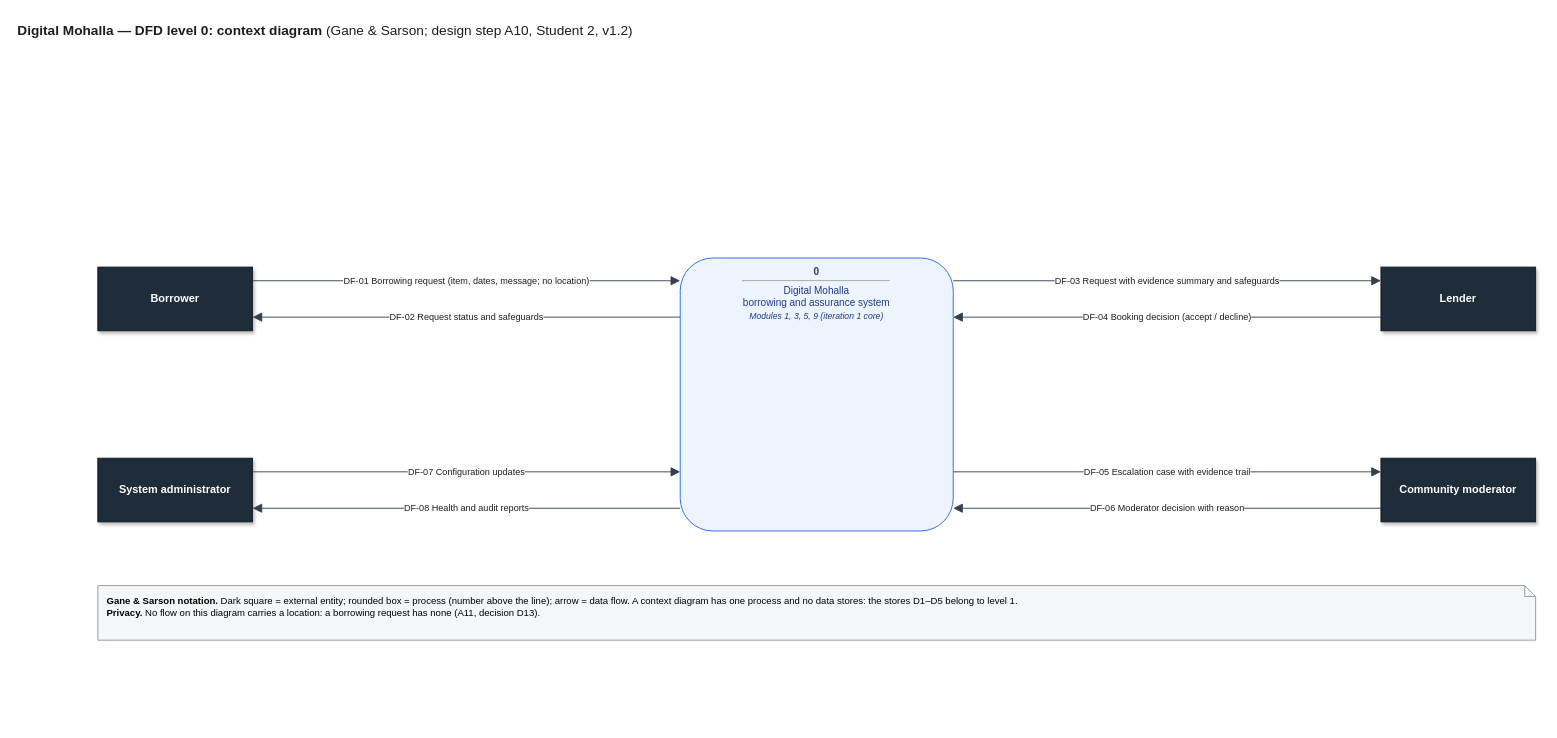
Areeba444/DigitalMohalla keeps this draw.io diagram as page "DFD level 0 (context)" (1 of 2) of docs/design/10_dfd/dfd_assurance_pipeline_level0_level1.drawio. Above is the earlier version. Source tidied: cells renumbered, new cells numbered last; positions are measured from the earlier drawing's top-left corner, leaving out a move shared by most shapes. Both pictures are drawn from the tidied source at 91%, with x=0, y=0 at pixel (15, 15).
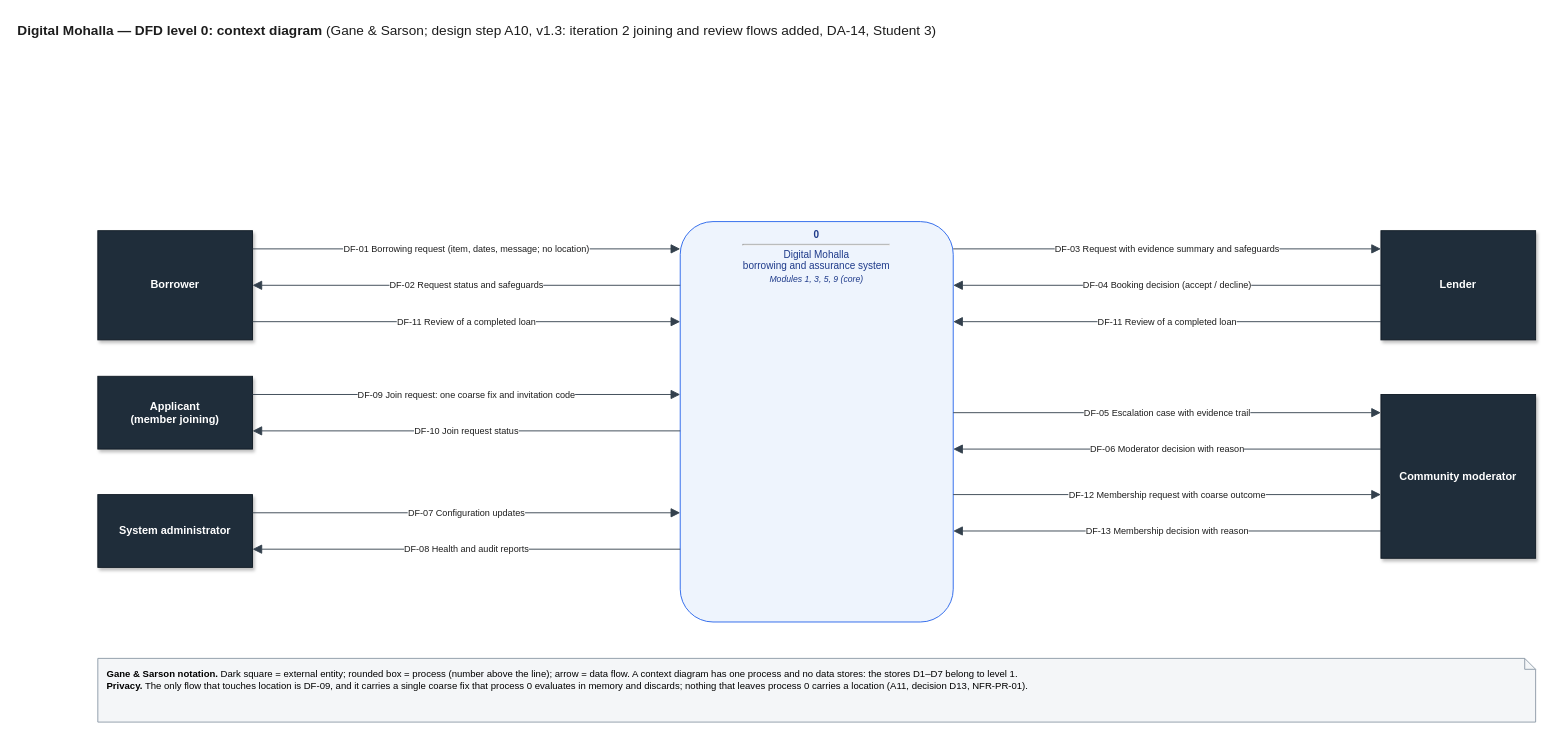
The same page after the edit.

Commit message (it also covers changes not shown here):
design(dfd): v1.3 with joining inside a privacy boundary and reviews into detection (DA-14)

Level 1 adds processes 11.0 to 13.0 and stores D6 and D7; level 0 adds DF-09 to DF-13 and balances level 1 again. Flow catalogue updated.

The edit, as a diff of the source:
```diff
@@
-    <mxCell id="2" value="&lt;b&gt;Digital Mohalla &amp;#8212; DFD level 0: context diagram&lt;/b&gt; (Gane &amp;amp; Sarson; design step A10, Student 2, v1.2)" style="text;html=1;whiteSpace=wrap;align=left;verticalAlign=top;fontSize=15;fontStyle=0;fontColor=#1d1d1d;spacing=2;overflow=visible;" parent="1" vertex="1">
-      <mxGeometry width="1500" height="24" as="geometry" />
+    <mxCell id="2" value="&lt;b&gt;Digital Mohalla &amp;#8212; DFD level 0: context diagram&lt;/b&gt; (Gane &amp;amp; Sarson; design step A10, v1.3: iteration 2 joining and review flows added, DA-14, Student 3)" style="text;html=1;whiteSpace=wrap;align=left;verticalAlign=top;fontSize=15;fontStyle=0;fontColor=#1d1d1d;spacing=2;overflow=visible;" parent="1" vertex="1">
+      <mxGeometry width="1600" height="24" as="geometry" />
     </mxCell>
-    <mxCell id="3" value="&lt;b&gt;0&lt;/b&gt;&lt;hr style='margin:3px 0'&gt;Digital Mohalla&lt;br&gt;borrowing and assurance system&lt;br&gt;&lt;i style='font-size:9.5px'&gt;Modules 1, 3, 5, 9 (iteration 1 core)&lt;/i&gt;" style="rounded=1;arcSize=12;whiteSpace=wrap;html=1;fillColor=#EEF4FD;strokeColor=#2563EB;fontColor=#1E3A8A;fontSize=11;verticalAlign=top;spacingTop=2;" parent="1" vertex="1">
-      <mxGeometry x="730" y="266" width="300" height="300" as="geometry" />
+    <mxCell id="3" value="&lt;b&gt;0&lt;/b&gt;&lt;hr style='margin:3px 0'&gt;Digital Mohalla&lt;br&gt;borrowing and assurance system&lt;br&gt;&lt;i style='font-size:9.5px'&gt;Modules 1, 3, 5, 9 (core)&lt;/i&gt;" style="rounded=1;arcSize=12;whiteSpace=wrap;html=1;fillColor=#EEF4FD;strokeColor=#2563EB;fontColor=#1E3A8A;fontSize=11;verticalAlign=top;spacingTop=2;" parent="1" vertex="1">
+      <mxGeometry x="730" y="226" width="300" height="440" as="geometry" />
     </mxCell>
     <mxCell id="4" value="Borrower" style="rounded=0;whiteSpace=wrap;html=1;fillColor=#1F2D3A;strokeColor=#0F1A24;fontColor=#FFFFFF;fontStyle=1;fontSize=12;shadow=1;" parent="1" vertex="1">
-      <mxGeometry x="90" y="276" width="170" height="70" as="geometry" />
+      <mxGeometry x="90" y="236" width="170" height="120" as="geometry" />
     </mxCell>
-    <mxCell id="5" value="System administrator" style="rounded=0;whiteSpace=wrap;html=1;fillColor=#1F2D3A;strokeColor=#0F1A24;fontColor=#FFFFFF;fontStyle=1;fontSize=12;shadow=1;" parent="1" vertex="1">
-      <mxGeometry x="90" y="486" width="170" height="70" as="geometry" />
+    <mxCell id="5" value="Applicant&lt;br&gt;(member joining)" style="rounded=0;whiteSpace=wrap;html=1;fillColor=#1F2D3A;strokeColor=#0F1A24;fontColor=#FFFFFF;fontStyle=1;fontSize=12;shadow=1;" parent="1" vertex="1">
+      <mxGeometry x="90" y="396" width="170" height="80" as="geometry" />
     </mxCell>
-    <mxCell id="6" value="Lender" style="rounded=0;whiteSpace=wrap;html=1;fillColor=#1F2D3A;strokeColor=#0F1A24;fontColor=#FFFFFF;fontStyle=1;fontSize=12;shadow=1;" parent="1" vertex="1">
-      <mxGeometry x="1500" y="276" width="170" height="70" as="geometry" />
+    <mxCell id="6" value="System administrator" style="rounded=0;whiteSpace=wrap;html=1;fillColor=#1F2D3A;strokeColor=#0F1A24;fontColor=#FFFFFF;fontStyle=1;fontSize=12;shadow=1;" parent="1" vertex="1">
+      <mxGeometry x="90" y="526" width="170" height="80" as="geometry" />
     </mxCell>
-    <mxCell id="7" value="Community moderator" style="rounded=0;whiteSpace=wrap;html=1;fillColor=#1F2D3A;strokeColor=#0F1A24;fontColor=#FFFFFF;fontStyle=1;fontSize=12;shadow=1;" parent="1" vertex="1">
-      <mxGeometry x="1500" y="486" width="170" height="70" as="geometry" />
+    <mxCell id="7" value="Lender" style="rounded=0;whiteSpace=wrap;html=1;fillColor=#1F2D3A;strokeColor=#0F1A24;fontColor=#FFFFFF;fontStyle=1;fontSize=12;shadow=1;" parent="1" vertex="1">
+      <mxGeometry x="1500" y="236" width="170" height="120" as="geometry" />
     </mxCell>
-    <mxCell id="8" value="DF-01 Borrowing request (item, dates, message; no location)" style="html=1;rounded=0;fontSize=10.5;labelBackgroundColor=#FFFFFF;fontColor=#1d1d1d;endSize=8;endArrow=block;endFill=1;strokeColor=#33404D;fontSize=10;exitX=1;exitY=0.21428571428571427;exitDx=0;exitDy=0;exitPerimeter=0;entryX=0;entryY=0.08333333333333333;entryDx=0;entryDy=0;entryPerimeter=0;" parent="1" edge="1" source="4" target="3">
-      <mxGeometry relative="1" as="geometry" />
-    </mxCell>
+    <mxCell id="17" value="Community moderator" style="rounded=0;whiteSpace=wrap;html=1;fillColor=#1F2D3A;strokeColor=#0F1A24;fontColor=#FFFFFF;fontStyle=1;fontSize=12;shadow=1;" parent="1" vertex="1">
+      <mxGeometry x="1500" y="416" width="170" height="180" as="geometry" />
+    </mxCell>
-    <mxCell id="9" value="DF-02 Request status and safeguards" style="html=1;rounded=0;fontSize=10.5;labelBackgroundColor=#FFFFFF;fontColor=#1d1d1d;endSize=8;endArrow=block;endFill=1;strokeColor=#33404D;fontSize=10;exitX=0;exitY=0.21666666666666667;exitDx=0;exitDy=0;exitPerimeter=0;entryX=1;entryY=0.7857142857142857;entryDx=0;entryDy=0;entryPerimeter=0;" parent="1" edge="1" source="3" target="4">
+    <mxCell id="9" value="DF-01 Borrowing request (item, dates, message; no location)" style="html=1;rounded=0;fontSize=10.5;labelBackgroundColor=#FFFFFF;fontColor=#1d1d1d;endSize=8;endArrow=block;endFill=1;strokeColor=#33404D;fontSize=10;exitX=1;exitY=0.16666666666666666;exitDx=0;exitDy=0;exitPerimeter=0;entryX=0;entryY=0.06818181818181818;entryDx=0;entryDy=0;entryPerimeter=0;" parent="1" edge="1" source="4" target="3">
       <mxGeometry relative="1" as="geometry" />
     </mxCell>
-    <mxCell id="10" value="DF-07 Configuration updates" style="html=1;rounded=0;fontSize=10.5;labelBackgroundColor=#FFFFFF;fontColor=#1d1d1d;endSize=8;endArrow=block;endFill=1;strokeColor=#33404D;fontSize=10;exitX=1;exitY=0.21428571428571427;exitDx=0;exitDy=0;exitPerimeter=0;entryX=0;entryY=0.7833333333333333;entryDx=0;entryDy=0;entryPerimeter=0;" parent="1" edge="1" source="5" target="3">
+    <mxCell id="10" value="DF-02 Request status and safeguards" style="html=1;rounded=0;fontSize=10.5;labelBackgroundColor=#FFFFFF;fontColor=#1d1d1d;endSize=8;endArrow=block;endFill=1;strokeColor=#33404D;fontSize=10;exitX=0;exitY=0.1590909090909091;exitDx=0;exitDy=0;exitPerimeter=0;entryX=1;entryY=0.5;entryDx=0;entryDy=0;entryPerimeter=0;" parent="1" edge="1" source="3" target="4">
       <mxGeometry relative="1" as="geometry" />
     </mxCell>
-    <mxCell id="11" value="DF-08 Health and audit reports" style="html=1;rounded=0;fontSize=10.5;labelBackgroundColor=#FFFFFF;fontColor=#1d1d1d;endSize=8;endArrow=block;endFill=1;strokeColor=#33404D;fontSize=10;exitX=0;exitY=0.9166666666666666;exitDx=0;exitDy=0;exitPerimeter=0;entryX=1;entryY=0.7857142857142857;entryDx=0;entryDy=0;entryPerimeter=0;" parent="1" edge="1" source="3" target="5">
+    <mxCell id="11" value="DF-11 Review of a completed loan" style="html=1;rounded=0;fontSize=10.5;labelBackgroundColor=#FFFFFF;fontColor=#1d1d1d;endSize=8;endArrow=block;endFill=1;strokeColor=#33404D;fontSize=10;exitX=1;exitY=0.8333333333333334;exitDx=0;exitDy=0;exitPerimeter=0;entryX=0;entryY=0.25;entryDx=0;entryDy=0;entryPerimeter=0;" parent="1" edge="1" source="4" target="3">
       <mxGeometry relative="1" as="geometry" />
     </mxCell>
-    <mxCell id="12" value="DF-04 Booking decision (accept / decline)" style="html=1;rounded=0;fontSize=10.5;labelBackgroundColor=#FFFFFF;fontColor=#1d1d1d;endSize=8;endArrow=block;endFill=1;strokeColor=#33404D;fontSize=10;exitX=0;exitY=0.7857142857142857;exitDx=0;exitDy=0;exitPerimeter=0;entryX=1;entryY=0.21666666666666667;entryDx=0;entryDy=0;entryPerimeter=0;" parent="1" edge="1" source="6" target="3">
+    <mxCell id="12" value="DF-09 Join request: one coarse fix and invitation code" style="html=1;rounded=0;fontSize=10.5;labelBackgroundColor=#FFFFFF;fontColor=#1d1d1d;endSize=8;endArrow=block;endFill=1;strokeColor=#33404D;fontSize=10;exitX=1;exitY=0.25;exitDx=0;exitDy=0;exitPerimeter=0;entryX=0;entryY=0.4318181818181818;entryDx=0;entryDy=0;entryPerimeter=0;" parent="1" edge="1" source="5" target="3">
       <mxGeometry relative="1" as="geometry" />
     </mxCell>
-    <mxCell id="13" value="DF-03 Request with evidence summary and safeguards" style="html=1;rounded=0;fontSize=10.5;labelBackgroundColor=#FFFFFF;fontColor=#1d1d1d;endSize=8;endArrow=block;endFill=1;strokeColor=#33404D;fontSize=10;exitX=1;exitY=0.08333333333333333;exitDx=0;exitDy=0;exitPerimeter=0;entryX=0;entryY=0.21428571428571427;entryDx=0;entryDy=0;entryPerimeter=0;" parent="1" edge="1" source="3" target="6">
+    <mxCell id="13" value="DF-10 Join request status" style="html=1;rounded=0;fontSize=10.5;labelBackgroundColor=#FFFFFF;fontColor=#1d1d1d;endSize=8;endArrow=block;endFill=1;strokeColor=#33404D;fontSize=10;exitX=0;exitY=0.5227272727272727;exitDx=0;exitDy=0;exitPerimeter=0;entryX=1;entryY=0.75;entryDx=0;entryDy=0;entryPerimeter=0;" parent="1" edge="1" source="3" target="5">
       <mxGeometry relative="1" as="geometry" />
     </mxCell>
-    <mxCell id="14" value="DF-06 Moderator decision with reason" style="html=1;rounded=0;fontSize=10.5;labelBackgroundColor=#FFFFFF;fontColor=#1d1d1d;endSize=8;endArrow=block;endFill=1;strokeColor=#33404D;fontSize=10;exitX=0;exitY=0.7857142857142857;exitDx=0;exitDy=0;exitPerimeter=0;entryX=1;entryY=0.9166666666666666;entryDx=0;entryDy=0;entryPerimeter=0;" parent="1" edge="1" source="7" target="3">
+    <mxCell id="14" value="DF-07 Configuration updates" style="html=1;rounded=0;fontSize=10.5;labelBackgroundColor=#FFFFFF;fontColor=#1d1d1d;endSize=8;endArrow=block;endFill=1;strokeColor=#33404D;fontSize=10;exitX=1;exitY=0.25;exitDx=0;exitDy=0;exitPerimeter=0;entryX=0;entryY=0.7272727272727273;entryDx=0;entryDy=0;entryPerimeter=0;" parent="1" edge="1" source="6" target="3">
       <mxGeometry relative="1" as="geometry" />
     </mxCell>
-    <mxCell id="15" value="DF-05 Escalation case with evidence trail" style="html=1;rounded=0;fontSize=10.5;labelBackgroundColor=#FFFFFF;fontColor=#1d1d1d;endSize=8;endArrow=block;endFill=1;strokeColor=#33404D;fontSize=10;exitX=1;exitY=0.7833333333333333;exitDx=0;exitDy=0;exitPerimeter=0;entryX=0;entryY=0.21428571428571427;entryDx=0;entryDy=0;entryPerimeter=0;" parent="1" edge="1" source="3" target="7">
+    <mxCell id="15" value="DF-08 Health and audit reports" style="html=1;rounded=0;fontSize=10.5;labelBackgroundColor=#FFFFFF;fontColor=#1d1d1d;endSize=8;endArrow=block;endFill=1;strokeColor=#33404D;fontSize=10;exitX=0;exitY=0.8181818181818182;exitDx=0;exitDy=0;exitPerimeter=0;entryX=1;entryY=0.75;entryDx=0;entryDy=0;entryPerimeter=0;" parent="1" edge="1" source="3" target="6">
       <mxGeometry relative="1" as="geometry" />
     </mxCell>
-    <mxCell id="16" value="&lt;b&gt;Gane &amp;amp; Sarson notation.&lt;/b&gt; Dark square = external entity; rounded box = process (number above the line); arrow = data flow. A context diagram has one process and no data stores: the stores D1&amp;#8211;D5 belong to level 1.&lt;br&gt;&lt;b&gt;Privacy.&lt;/b&gt; No flow on this diagram carries a location: a borrowing request has none (A11, decision D13)." style="shape=note;size=12;whiteSpace=wrap;html=1;fontSize=10.5;align=left;verticalAlign=top;spacingLeft=8;spacingTop=4;fillColor=#F4F6F8;strokeColor=#8C99A6;" parent="1" vertex="1">
-      <mxGeometry x="90" y="626" width="1580" height="60" as="geometry" />
-    </mxCell>
+    <mxCell id="18" value="DF-03 Request with evidence summary and safeguards" style="html=1;rounded=0;fontSize=10.5;labelBackgroundColor=#FFFFFF;fontColor=#1d1d1d;endSize=8;endArrow=block;endFill=1;strokeColor=#33404D;fontSize=10;exitX=1;exitY=0.06818181818181818;exitDx=0;exitDy=0;exitPerimeter=0;entryX=0;entryY=0.16666666666666666;entryDx=0;entryDy=0;entryPerimeter=0;" parent="1" edge="1" source="3" target="7">
+      <mxGeometry relative="1" as="geometry" />
+    </mxCell>
+    <mxCell id="19" value="DF-04 Booking decision (accept / decline)" style="html=1;rounded=0;fontSize=10.5;labelBackgroundColor=#FFFFFF;fontColor=#1d1d1d;endSize=8;endArrow=block;endFill=1;strokeColor=#33404D;fontSize=10;exitX=0;exitY=0.5;exitDx=0;exitDy=0;exitPerimeter=0;entryX=1;entryY=0.1590909090909091;entryDx=0;entryDy=0;entryPerimeter=0;" parent="1" edge="1" source="7" target="3">
+      <mxGeometry relative="1" as="geometry" />
+    </mxCell>
+    <mxCell id="20" value="DF-11 Review of a completed loan" style="html=1;rounded=0;fontSize=10.5;labelBackgroundColor=#FFFFFF;fontColor=#1d1d1d;endSize=8;endArrow=block;endFill=1;strokeColor=#33404D;fontSize=10;exitX=0;exitY=0.8333333333333334;exitDx=0;exitDy=0;exitPerimeter=0;entryX=1;entryY=0.25;entryDx=0;entryDy=0;entryPerimeter=0;" parent="1" edge="1" source="7" target="3">
+      <mxGeometry relative="1" as="geometry" />
+    </mxCell>
+    <mxCell id="21" value="DF-05 Escalation case with evidence trail" style="html=1;rounded=0;fontSize=10.5;labelBackgroundColor=#FFFFFF;fontColor=#1d1d1d;endSize=8;endArrow=block;endFill=1;strokeColor=#33404D;fontSize=10;exitX=1;exitY=0.4772727272727273;exitDx=0;exitDy=0;exitPerimeter=0;entryX=0;entryY=0.1111111111111111;entryDx=0;entryDy=0;entryPerimeter=0;" parent="1" edge="1" source="3" target="17">
+      <mxGeometry relative="1" as="geometry" />
+    </mxCell>
+    <mxCell id="22" value="DF-06 Moderator decision with reason" style="html=1;rounded=0;fontSize=10.5;labelBackgroundColor=#FFFFFF;fontColor=#1d1d1d;endSize=8;endArrow=block;endFill=1;strokeColor=#33404D;fontSize=10;exitX=0;exitY=0.3333333333333333;exitDx=0;exitDy=0;exitPerimeter=0;entryX=1;entryY=0.5681818181818182;entryDx=0;entryDy=0;entryPerimeter=0;" parent="1" edge="1" source="17" target="3">
+      <mxGeometry relative="1" as="geometry" />
+    </mxCell>
+    <mxCell id="23" value="DF-12 Membership request with coarse outcome" style="html=1;rounded=0;fontSize=10.5;labelBackgroundColor=#FFFFFF;fontColor=#1d1d1d;endSize=8;endArrow=block;endFill=1;strokeColor=#33404D;fontSize=10;exitX=1;exitY=0.6818181818181818;exitDx=0;exitDy=0;exitPerimeter=0;entryX=0;entryY=0.6111111111111112;entryDx=0;entryDy=0;entryPerimeter=0;" parent="1" edge="1" source="3" target="17">
+      <mxGeometry relative="1" as="geometry" />
+    </mxCell>
+    <mxCell id="24" value="DF-13 Membership decision with reason" style="html=1;rounded=0;fontSize=10.5;labelBackgroundColor=#FFFFFF;fontColor=#1d1d1d;endSize=8;endArrow=block;endFill=1;strokeColor=#33404D;fontSize=10;exitX=0;exitY=0.8333333333333334;exitDx=0;exitDy=0;exitPerimeter=0;entryX=1;entryY=0.7727272727272727;entryDx=0;entryDy=0;entryPerimeter=0;" parent="1" edge="1" source="17" target="3">
+      <mxGeometry relative="1" as="geometry" />
+    </mxCell>
+    <mxCell id="25" value="&lt;b&gt;Gane &amp;amp; Sarson notation.&lt;/b&gt; Dark square = external entity; rounded box = process (number above the line); arrow = data flow. A context diagram has one process and no data stores: the stores D1&amp;#8211;D7 belong to level 1.&lt;br&gt;&lt;b&gt;Privacy.&lt;/b&gt; The only flow that touches location is DF-09, and it carries a single coarse fix that process 0 evaluates in memory and discards; nothing that leaves process 0 carries a location (A11, decision D13, NFR-PR-01)." style="shape=note;size=12;whiteSpace=wrap;html=1;fontSize=10.5;align=left;verticalAlign=top;spacingLeft=8;spacingTop=4;fillColor=#F4F6F8;strokeColor=#8C99A6;" parent="1" vertex="1">
+      <mxGeometry x="90" y="706" width="1580" height="70" as="geometry" />
+    </mxCell>
```
